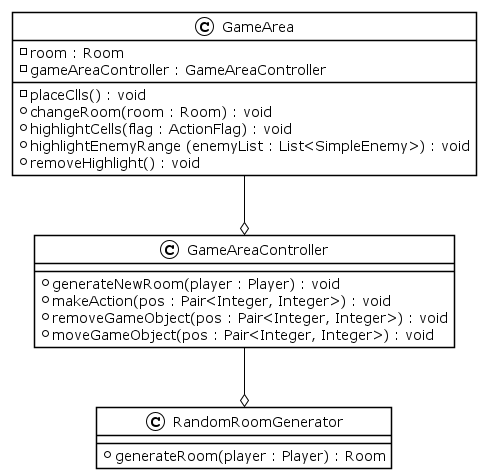
Before: img/uml/GameArea2.png, a diagram exported from PlantUML (CrazyPingu/OOP21-MAP). Its diagram source:
```plantuml
@startuml GameArea2
!theme plain

class GameArea{
    - room : Room
    - gameAreaController : GameAreaController
    - placeClls() : void
    + changeRoom(room : Room) : void
    + highlightCells(flag : ActionFlag) : void
    + highlightEnemyRange (enemyList : List<SimpleEnemy>) : void
    + removeHighlight() : void
}

class GameAreaController{
    + generateNewRoom(player : Player) : void
    + makeAction(pos : Pair<Integer, Integer>) : void
    + removeGameObject(pos : Pair<Integer, Integer>) : void
    + moveGameObject(pos : Pair<Integer, Integer>) : void
}

class RandomRoomGenerator{
    + generateRoom(player : Player) : Room
}

GameArea --o GameAreaController
GameAreaController --o RandomRoomGenerator



@enduml
```
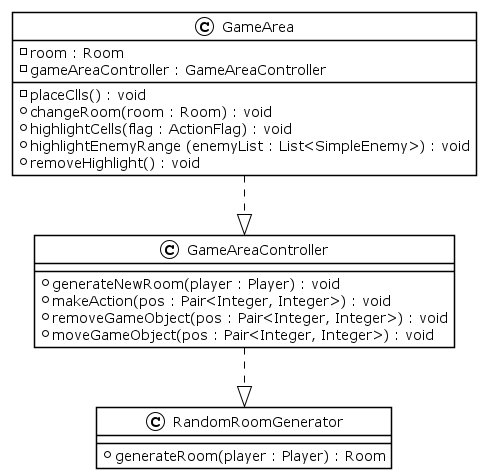
After the change.

Diff of the diagram source:
```diff
@@ -22,8 +22,8 @@
     + generateRoom(player : Player) : Room
 }
 
-GameArea --o GameAreaController
-GameAreaController --o RandomRoomGenerator
+GameArea ..|> GameAreaController
+GameAreaController..|> RandomRoomGenerator
 
 
 
```
